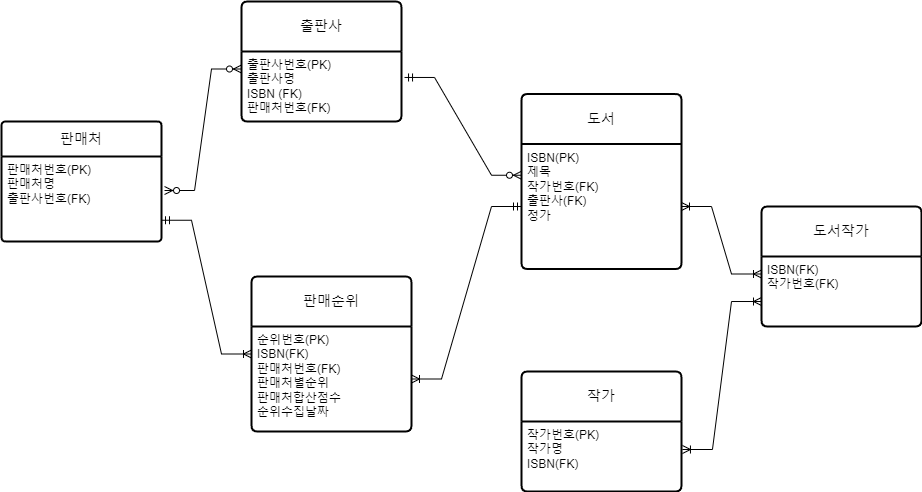
Earlier version of the draw.io export Mini_Project_2/source/prepare_to_Crawling/ERD_Logic.drawio.png (Hyunminmax/MiniProjects). Source tidied: cells renumbered, new cells last; positions are measured from the earlier drawing's top-left corner, leaving out a move shared by most shapes.
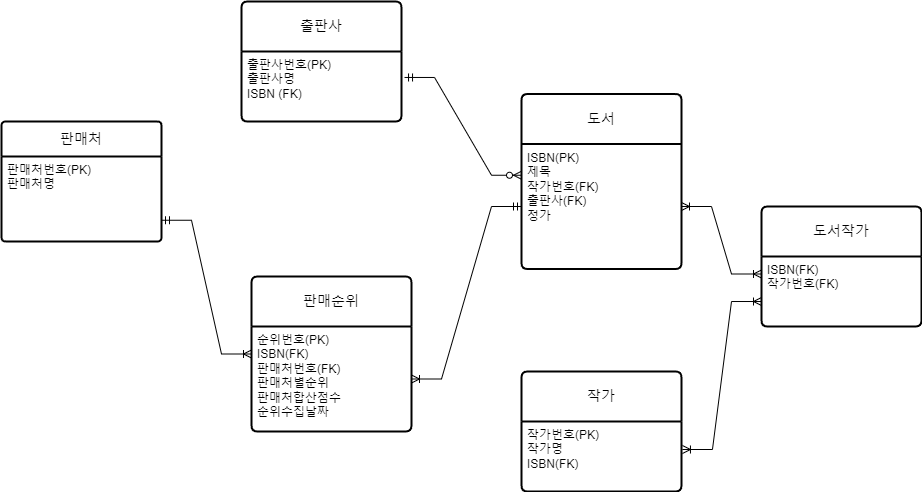
Later version of the same file.

What changed in the source:
```diff
@@ -5,13 +5,13 @@
     <mxCell id="2" value="판매처" style="swimlane;horizontal=1;startSize=35;rounded=1;fontSize=14;fontStyle=0;strokeWidth=2;shadow=0;dashed=0;align=center;arcSize=4;whiteSpace=wrap;html=1;" parent="1" vertex="1">
       <mxGeometry y="120" width="160" height="120" as="geometry" />
     </mxCell>
-    <mxCell id="3" value="판매처번호(PK)&lt;br&gt;판매처명&lt;br&gt;출판사번호(FK)" style="align=left;strokeColor=none;fillColor=none;spacingLeft=4;fontSize=12;verticalAlign=top;html=1;" parent="2" vertex="1">
+    <mxCell id="3" value="판매처번호(PK)&lt;br&gt;판매처명" style="align=left;strokeColor=none;fillColor=none;spacingLeft=4;fontSize=12;verticalAlign=top;html=1;" parent="2" vertex="1">
       <mxGeometry y="35" width="160" height="85" as="geometry" />
     </mxCell>
     <mxCell id="4" value="출판사" style="swimlane;horizontal=1;startSize=50;rounded=1;fontSize=14;fontStyle=0;strokeWidth=2;shadow=0;dashed=0;align=center;arcSize=4;whiteSpace=wrap;html=1;" parent="1" vertex="1">
       <mxGeometry x="240" width="160" height="120" as="geometry" />
     </mxCell>
-    <mxCell id="5" value="출판사번호(PK)&lt;br&gt;출판사명&lt;br&gt;ISBN (FK)&lt;br&gt;판매처번호(FK)" style="align=left;strokeColor=none;fillColor=none;spacingLeft=4;fontSize=12;verticalAlign=top;html=1;" parent="4" vertex="1">
+    <mxCell id="5" value="출판사번호(PK)&lt;br&gt;출판사명&lt;br&gt;ISBN (FK)" style="align=left;strokeColor=none;fillColor=none;spacingLeft=4;fontSize=12;verticalAlign=top;html=1;" parent="4" vertex="1">
       <mxGeometry y="50" width="160" height="70" as="geometry" />
     </mxCell>
     <mxCell id="6" value="작가" style="swimlane;horizontal=1;startSize=50;rounded=1;fontSize=14;fontStyle=0;strokeWidth=2;shadow=0;dashed=0;align=center;arcSize=4;whiteSpace=wrap;html=1;" parent="1" vertex="1">
@@ -33,9 +33,6 @@
         </Array>
       </mxGeometry>
     </mxCell>
-    <mxCell id="11" style="edgeStyle=entityRelationEdgeStyle;fontSize=12;html=1;endArrow=ERzeroToMany;endFill=1;startArrow=ERzeroToMany;rounded=0;entryX=0;entryY=0.25;entryDx=0;entryDy=0;exitX=1.019;exitY=0.4;exitDx=0;exitDy=0;exitPerimeter=0;" parent="1" edge="1" source="3" target="5">
-      <mxGeometry relative="1" as="geometry" />
-    </mxCell>
     <mxCell id="12" value="판매순위" style="swimlane;horizontal=1;startSize=50;rounded=1;fontSize=14;fontStyle=0;strokeWidth=2;shadow=0;dashed=0;align=center;arcSize=4;whiteSpace=wrap;html=1;" parent="1" vertex="1">
       <mxGeometry x="250" y="275" width="160" height="155" as="geometry" />
     </mxCell>
```
